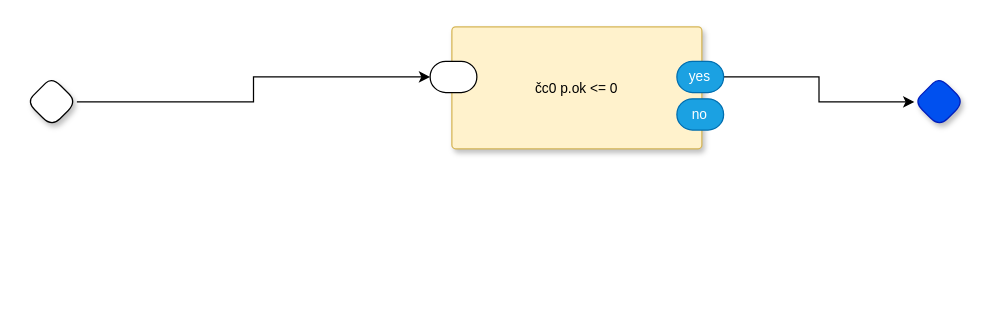
Earlier version of the draw.io diagram small-test.drawio (guitarvydas/gen0d). Source tidied: cells renumbered, new cells numbered last; positions are measured from the earlier drawing's top-left corner, leaving out a move shared by most shapes. Both pictures are drawn from the tidied source at 125%, with x=0, y=0 at pixel (26, 26).
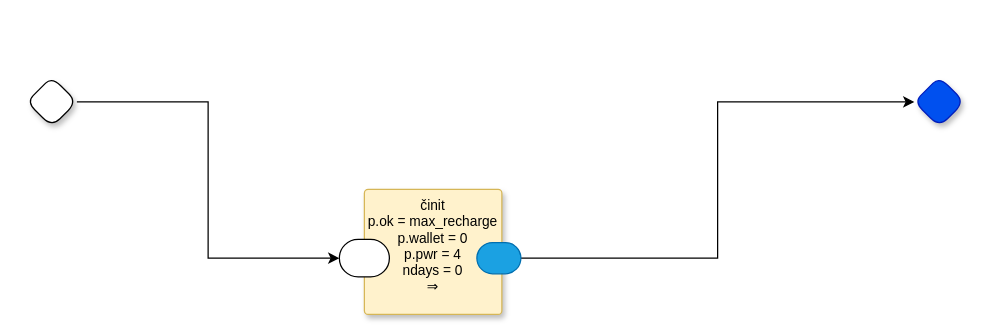
The same diagram, later.

The edit, as a diff of the source:
```diff
@@
 <mxGraphModel>
   <root>
     <mxCell id="0" />
     <mxCell id="1" parent="0" />
     <mxCell id="2" style="rhombus;whiteSpace=wrap;html=1;rounded=1;fontStyle=1;glass=0;sketch=0;fontSize=12;points=[[0,0.5,0,0,0],[0.5,0,0,0,0],[0.5,1,0,0,0],[1,0.5,0,0,0]];shadow=1;fontFamily=Helvetica;fontColor=default;" parent="1" vertex="1">
       <mxGeometry y="40" width="40" height="40" as="geometry" />
     </mxCell>
-    <mxCell id="3" style="edgeStyle=orthogonalEdgeStyle;rounded=0;jettySize=auto;html=1;entryX=0;entryY=0.5;entryDx=0;entryDy=0;entryPerimeter=0;" parent="1" edge="1" source="2" target="7">
+    <mxCell id="3" style="edgeStyle=orthogonalEdgeStyle;rounded=0;jettySize=auto;html=1;entryX=0;entryY=0.5;entryDx=0;entryDy=0;entryPerimeter=0;" parent="1" edge="1" source="2" target="11">
       <mxGeometry relative="1" as="geometry" />
     </mxCell>
     <mxCell id="4" style="rhombus;whiteSpace=wrap;html=1;rounded=1;fontStyle=1;glass=0;sketch=0;fontSize=12;points=[[0,0.5,0,0,0],[0.5,0,0,0,0],[0.5,1,0,0,0],[1,0.5,0,0,0]];shadow=1;fillColor=#0050ef;fontColor=#ffffff;strokeColor=#001DBC;fontFamily=Helvetica;" parent="1" vertex="1">
       <mxGeometry x="710" y="40" width="40" height="40" as="geometry" />
     </mxCell>
-    <mxCell id="5" style="edgeStyle=orthogonalEdgeStyle;rounded=0;jettySize=auto;html=1;entryX=0;entryY=0.5;entryDx=0;entryDy=0;entryPerimeter=0;exitX=1;exitY=0.5;exitDx=0;exitDy=0;exitPerimeter=0;" parent="1" edge="1" source="8" target="4">
+    <mxCell id="5" style="edgeStyle=orthogonalEdgeStyle;rounded=0;jettySize=auto;html=1;entryX=0;entryY=0.5;entryDx=0;entryDy=0;entryPerimeter=0;exitX=1;exitY=0.5;exitDx=0;exitDy=0;exitPerimeter=0;" parent="1" edge="1" source="12" target="4">
       <mxGeometry relative="1" as="geometry" />
     </mxCell>
-    <mxCell id="6" value="čc0 p.ok &lt;= 0" style="rounded=1;sketch=0;verticalAlign=middle;arcSize=6;fontStyle=0;absoluteArcSize=1;shadow=1;strokeColor=#d6b656;fillColor=#fff2cc;fontFamily=Helvetica;fontSize=11;align=center;spacingLeft=0;" parent="1" vertex="1">
-      <mxGeometry x="340" width="200" height="97.5" as="geometry" />
-    </mxCell>
-    <mxCell id="7" style="rounded=1;whiteSpace=wrap;html=1;sketch=0;points=[[0,0.5,0,0,0],[1,0.5,0,0,0]];arcSize=50;fontFamily=Helvetica;fontSize=11;fontColor=default;" parent="6" vertex="1">
-      <mxGeometry x="-17.4" y="27.5" width="37.4" height="25" as="geometry" />
-    </mxCell>
-    <mxCell id="8" value="yes" style="rounded=1;whiteSpace=wrap;html=1;sketch=0;points=[[0,0.5,0,0,0],[1,0.5,0,0,0]];fillColor=#1ba1e2;fontColor=#ffffff;strokeColor=#006EAF;arcSize=50;fontFamily=Helvetica;fontSize=11;" parent="6" vertex="1">
-      <mxGeometry x="180" y="27.5" width="37.4" height="25" as="geometry" />
-    </mxCell>
-    <mxCell id="9" value="no" style="rounded=1;whiteSpace=wrap;html=1;sketch=0;fillColor=#1ba1e2;fontColor=#ffffff;strokeColor=#006EAF;arcSize=50;fontFamily=Helvetica;fontSize=11;" parent="6" vertex="1">
-      <mxGeometry x="180" y="57.5" width="37.4" height="25" as="geometry" />
-    </mxCell>
+    <mxCell id="10" value="činit&#10;p.ok = max_recharge&#10;p.wallet = 0&#10;p.pwr = 4&#10;ndays = 0&#10;⇒" style="rounded=1;sketch=0;verticalAlign=top;arcSize=6;fontStyle=0;absoluteArcSize=1;shadow=1;strokeColor=#d6b656;fillColor=#fff2cc;fontFamily=Helvetica;fontSize=11;" parent="1" vertex="1">
+      <mxGeometry x="270" y="130" width="110" height="100" as="geometry" />
+    </mxCell>
+    <mxCell id="11" style="rounded=1;whiteSpace=wrap;html=1;sketch=0;points=[[0,0.5,0,0,0],[1,0.5,0,0,0]];arcSize=50;fontFamily=Helvetica;fontSize=11;fontColor=default;" parent="10" vertex="1">
+      <mxGeometry x="-20" y="40" width="40" height="30" as="geometry" />
+    </mxCell>
+    <mxCell id="12" style="rounded=1;whiteSpace=wrap;html=1;sketch=0;points=[[0,0.5,0,0,0],[1,0.5,0,0,0]];fillColor=#1ba1e2;fontColor=#ffffff;strokeColor=#006EAF;arcSize=50;fontFamily=Helvetica;fontSize=11;" parent="10" vertex="1">
+      <mxGeometry x="90" y="42.5" width="35.2" height="25" as="geometry" />
+    </mxCell>
   </root>
 </mxGraphModel>
```
